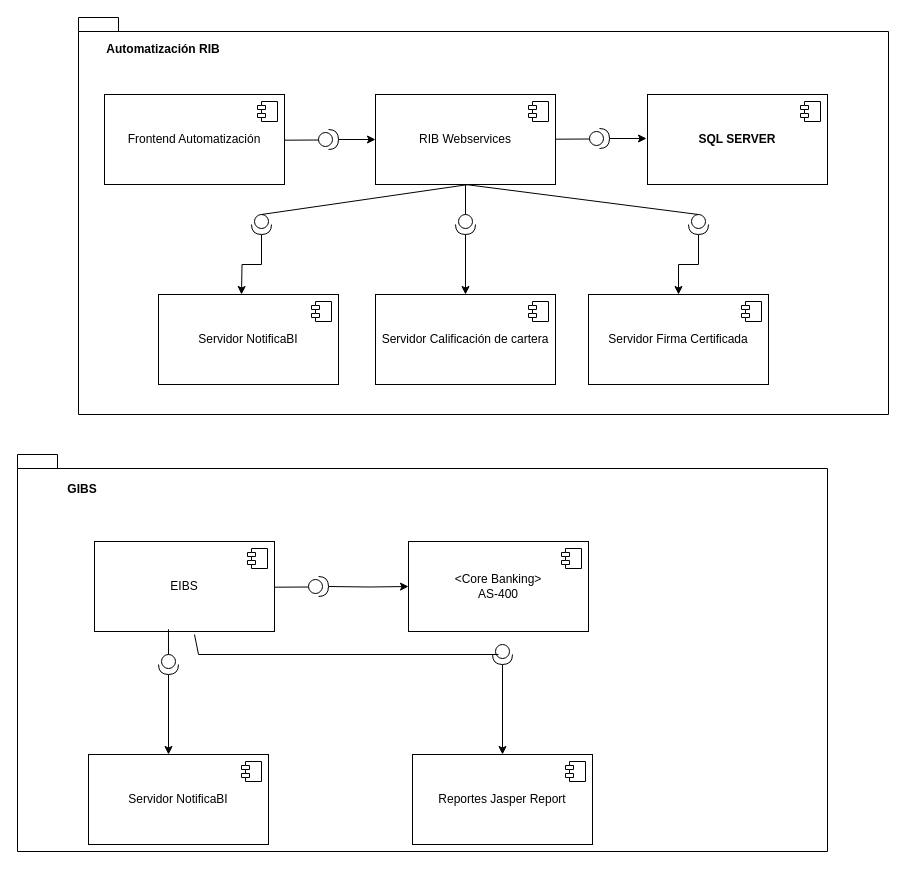
Before: page "Página-1" (1 of 2) of DigramaComponentes.drawio in GonzaloDavid/diagramas, a draw.io diagram. Source tidied: cells renumbered, new cells numbered last; positions are measured from the earlier drawing's top-left corner, leaving out a move shared by most shapes. Both pictures are drawn from the tidied source at 100%, with x=0, y=0 at pixel (17, 17).
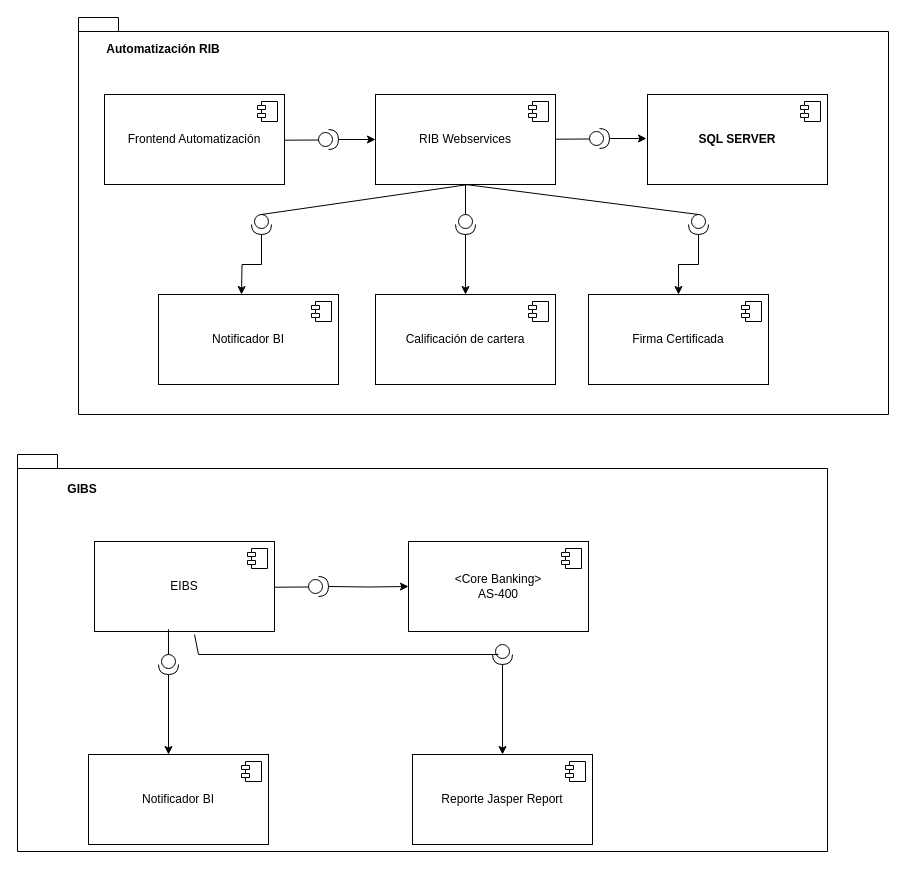
The same diagram, later.

Diff of the diagram source:
```diff
@@
-    <mxCell id="7" value="Servidor Calificación de cartera" style="html=1;whiteSpace=wrap;" parent="1" vertex="1">
+    <mxCell id="7" value="Calificación de cartera" style="html=1;whiteSpace=wrap;" parent="1" vertex="1">
       <mxGeometry x="358" y="277" width="180" height="90" as="geometry" />
     </mxCell>
@@
-    <mxCell id="20" value="Servidor Firma Certificada" style="html=1;whiteSpace=wrap;" parent="1" vertex="1">
+    <mxCell id="20" value="Firma Certificada" style="html=1;whiteSpace=wrap;" parent="1" vertex="1">
       <mxGeometry x="571" y="277" width="180" height="90" as="geometry" />
     </mxCell>
@@
-    <mxCell id="22" value="Servidor NotificaBI" style="html=1;whiteSpace=wrap;" parent="1" vertex="1">
+    <mxCell id="22" value="Notificador BI" style="html=1;whiteSpace=wrap;" parent="1" vertex="1">
       <mxGeometry x="141" y="277" width="180" height="90" as="geometry" />
     </mxCell>
@@
-    <mxCell id="39" value="Servidor NotificaBI" style="html=1;whiteSpace=wrap;" parent="1" vertex="1">
+    <mxCell id="39" value="Notificador BI" style="html=1;whiteSpace=wrap;" parent="1" vertex="1">
       <mxGeometry x="71" y="737" width="180" height="90" as="geometry" />
     </mxCell>
@@
-    <mxCell id="45" value="Reportes Jasper Report" style="html=1;whiteSpace=wrap;" parent="1" vertex="1">
+    <mxCell id="45" value="Reporte Jasper Report" style="html=1;whiteSpace=wrap;" parent="1" vertex="1">
       <mxGeometry x="395" y="737" width="180" height="90" as="geometry" />
     </mxCell>
```
